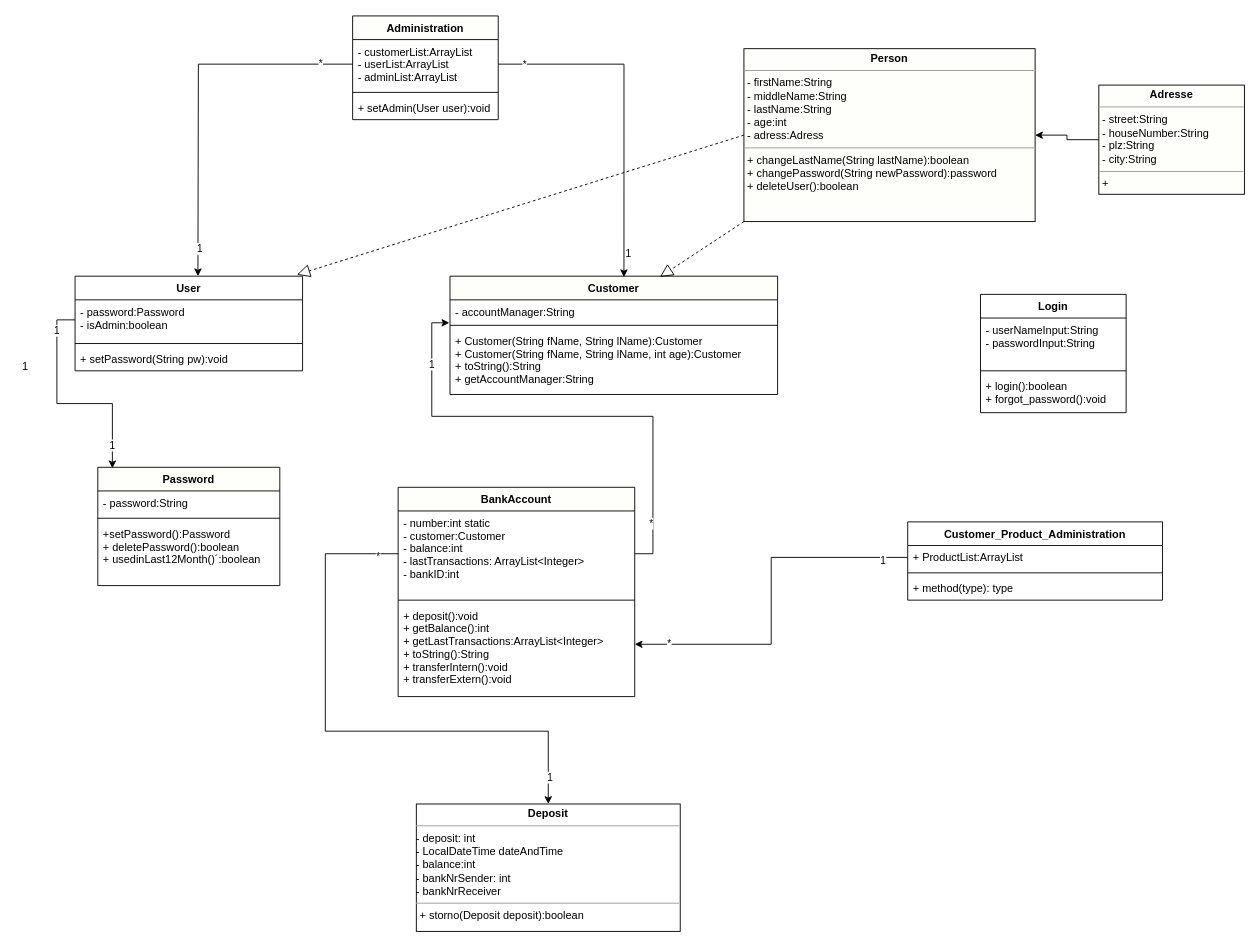
Above: page "Classes" (1 of 3) of Untitled Diagram.drawio in CreativeVisualCoding/Banking_Project (draw.io), before the change. Source tidied: cells renumbered, new cells numbered last; positions are measured from the earlier drawing's top-left corner, leaving out a move shared by most shapes. Both pictures are drawn from the tidied source at 91%, with x=0, y=0 at pixel (15, 15).
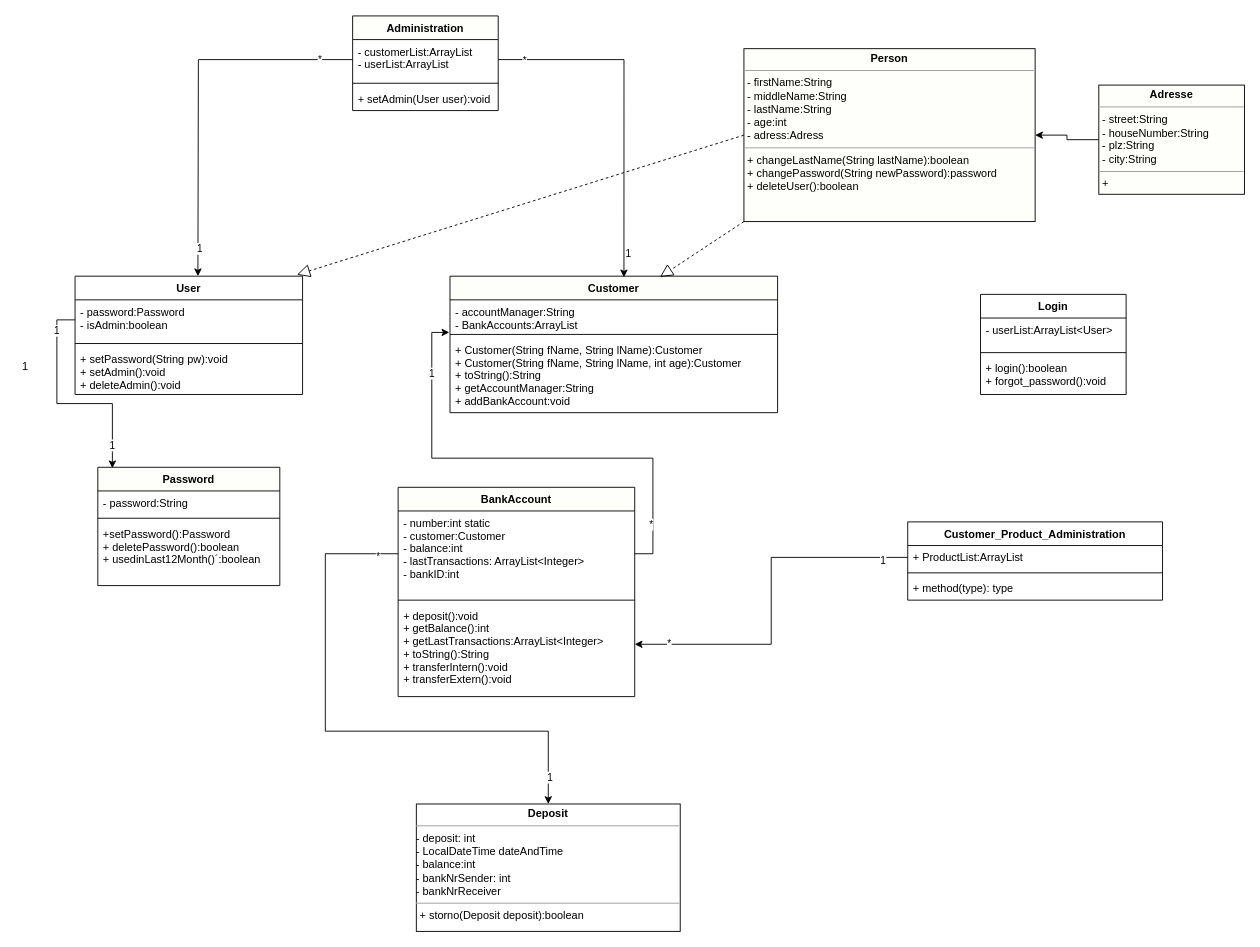
Above is the later version.

Unchanged cells that the change refers to:
```xml
<mxCell id="12" value="- number:int static&#10;- customer:Customer&#10;- balance:int&#10;- lastTransactions: ArrayList&lt;Integer&gt;&#10;- bankID:int&#10;" style="text;strokeColor=none;fillColor=none;align=left;verticalAlign=top;spacingLeft=4;spacingRight=4;overflow=hidden;points=[[0,0.5],[1,0.5]];portConstraint=eastwest;" parent="11" vertex="1">
  <mxGeometry y="26" width="260" height="94" as="geometry" />
</mxCell>
```

Change to the diagram source:
```diff
@@
     <mxCell id="2" value="Login" style="swimlane;fontStyle=1;align=center;verticalAlign=top;horizontal=1;startSize=26;" parent="1" vertex="1">
-      <mxGeometry x="1060" y="306" width="160" height="130" as="geometry" />
+      <mxGeometry x="1060" y="306" width="160" height="110" as="geometry" />
     </mxCell>
-    <mxCell id="3" value="- userNameInput:String&#10;- passwordInput:String" style="text;strokeColor=none;fillColor=none;align=left;verticalAlign=top;spacingLeft=4;spacingRight=4;overflow=hidden;" parent="2" vertex="1">
-      <mxGeometry y="26" width="160" height="54" as="geometry" />
+    <mxCell id="3" value="- userList:ArrayList&lt;User&gt;" style="text;strokeColor=none;fillColor=none;align=left;verticalAlign=top;spacingLeft=4;spacingRight=4;overflow=hidden;" parent="2" vertex="1">
+      <mxGeometry y="26" width="160" height="34" as="geometry" />
     </mxCell>
     <mxCell id="4" style="line;strokeWidth=1;fillColor=none;align=left;verticalAlign=middle;spacingTop=-1;spacingLeft=3;spacingRight=3;labelPosition=right;" parent="2" vertex="1">
-      <mxGeometry y="80" width="160" height="8" as="geometry" />
+      <mxGeometry y="60" width="160" height="8" as="geometry" />
     </mxCell>
     <mxCell id="5" value="+ login():boolean&#10;+ forgot_password():void&#10;" style="text;strokeColor=none;fillColor=none;align=left;verticalAlign=top;spacingLeft=4;spacingRight=4;overflow=hidden;" parent="2" vertex="1">
-      <mxGeometry y="88" width="160" height="42" as="geometry" />
+      <mxGeometry y="68" width="160" height="42" as="geometry" />
     </mxCell>
@@
     <mxCell id="15" value="Customer" style="swimlane;fontStyle=1;align=center;verticalAlign=top;horizontal=1;startSize=26;fillColor=#FEFFFA;" parent="1" vertex="1">
-      <mxGeometry x="477" y="286" width="360" height="130" as="geometry" />
+      <mxGeometry x="477" y="286" width="360" height="150" as="geometry" />
     </mxCell>
-    <mxCell id="16" value="- accountManager:String&#10;" style="text;strokeColor=none;fillColor=none;align=left;verticalAlign=top;spacingLeft=4;spacingRight=4;overflow=hidden;points=[[0,0.5],[1,0.5]];portConstraint=eastwest;" parent="15" vertex="1">
-      <mxGeometry y="26" width="360" height="24" as="geometry" />
+    <mxCell id="16" value="- accountManager:String&#10;- BankAccounts:ArrayList&#10;" style="text;strokeColor=none;fillColor=none;align=left;verticalAlign=top;spacingLeft=4;spacingRight=4;overflow=hidden;points=[[0,0.5],[1,0.5]];portConstraint=eastwest;" parent="15" vertex="1">
+      <mxGeometry y="26" width="360" height="34" as="geometry" />
     </mxCell>
     <mxCell id="17" style="line;strokeWidth=1;fillColor=none;align=left;verticalAlign=middle;spacingTop=-1;spacingLeft=3;spacingRight=3;labelPosition=right;" parent="15" vertex="1">
-      <mxGeometry y="50" width="360" height="8" as="geometry" />
+      <mxGeometry y="60" width="360" height="8" as="geometry" />
     </mxCell>
-    <mxCell id="18" value="+ Customer(String fName, String lName):Customer&#10;+ Customer(String fName, String lName, int age):Customer&#10;+ toString():String&#10;+ getAccountManager:String&#10;" style="text;strokeColor=none;fillColor=none;align=left;verticalAlign=top;spacingLeft=4;spacingRight=4;overflow=hidden;" parent="15" vertex="1">
-      <mxGeometry y="58" width="360" height="72" as="geometry" />
+    <mxCell id="18" value="+ Customer(String fName, String lName):Customer&#10;+ Customer(String fName, String lName, int age):Customer&#10;+ toString():String&#10;+ getAccountManager:String&#10;+ addBankAccount:void" style="text;strokeColor=none;fillColor=none;align=left;verticalAlign=top;spacingLeft=4;spacingRight=4;overflow=hidden;" parent="15" vertex="1">
+      <mxGeometry y="68" width="360" height="82" as="geometry" />
     </mxCell>
     <mxCell id="19" style="edgeStyle=orthogonalEdgeStyle;rounded=0;jettySize=auto;html=1;entryX=-0.002;entryY=1.052;entryDx=0;entryDy=0;entryPerimeter=0;" parent="1" edge="1" source="12" target="16">
-      <mxGeometry relative="1" as="geometry" />
+      <mxGeometry relative="1" as="geometry">
+        <Array as="points">
+          <mxPoint x="700" y="591" />
+          <mxPoint x="700" y="486" />
+          <mxPoint x="457" y="486" />
+          <mxPoint x="457" y="348" />
+        </Array>
+      </mxGeometry>
     </mxCell>
@@
     <mxCell id="22" value="Administration" style="swimlane;fontStyle=1;align=center;verticalAlign=top;horizontal=1;startSize=26;fillColor=#FEFFFA;" parent="1" vertex="1">
-      <mxGeometry x="370" width="160" height="114" as="geometry" />
+      <mxGeometry x="370" width="160" height="104" as="geometry" />
     </mxCell>
-    <mxCell id="23" value="- customerList:ArrayList&#10;- userList:ArrayList&#10;- adminList:ArrayList&#10;&#10;" style="text;strokeColor=none;fillColor=none;align=left;verticalAlign=top;spacingLeft=4;spacingRight=4;overflow=hidden;points=[[0,0.5],[1,0.5]];portConstraint=eastwest;" parent="22" vertex="1">
-      <mxGeometry y="26" width="160" height="54" as="geometry" />
+    <mxCell id="23" value="- customerList:ArrayList&#10;- userList:ArrayList&#10;&#10;" style="text;strokeColor=none;fillColor=none;align=left;verticalAlign=top;spacingLeft=4;spacingRight=4;overflow=hidden;points=[[0,0.5],[1,0.5]];portConstraint=eastwest;" parent="22" vertex="1">
+      <mxGeometry y="26" width="160" height="44" as="geometry" />
     </mxCell>
     <mxCell id="24" style="line;strokeWidth=1;fillColor=none;align=left;verticalAlign=middle;spacingTop=-1;spacingLeft=3;spacingRight=3;labelPosition=right;" parent="22" vertex="1">
-      <mxGeometry y="80" width="160" height="8" as="geometry" />
+      <mxGeometry y="70" width="160" height="8" as="geometry" />
     </mxCell>
     <mxCell id="25" value="+ setAdmin(User user):void" style="text;strokeColor=none;fillColor=none;align=left;verticalAlign=top;spacingLeft=4;spacingRight=4;overflow=hidden;" parent="22" vertex="1">
-      <mxGeometry y="88" width="160" height="26" as="geometry" />
+      <mxGeometry y="78" width="160" height="26" as="geometry" />
     </mxCell>
@@
     <mxCell id="48" value="User" style="swimlane;fontStyle=1;align=center;verticalAlign=top;horizontal=1;startSize=26;" parent="1" vertex="1">
-      <mxGeometry x="65" y="286" width="250" height="104" as="geometry" />
+      <mxGeometry x="65" y="286" width="250" height="130" as="geometry" />
     </mxCell>
@@
-    <mxCell id="51" value="+ setPassword(String pw):void" style="text;strokeColor=none;fillColor=none;align=left;verticalAlign=top;spacingLeft=4;spacingRight=4;overflow=hidden;" parent="48" vertex="1">
-      <mxGeometry y="78" width="250" height="26" as="geometry" />
+    <mxCell id="51" value="+ setPassword(String pw):void&#10;+ setAdmin():void&#10;+ deleteAdmin():void&#10;" style="text;strokeColor=none;fillColor=none;align=left;verticalAlign=top;spacingLeft=4;spacingRight=4;overflow=hidden;" parent="48" vertex="1">
+      <mxGeometry y="78" width="250" height="52" as="geometry" />
     </mxCell>
```
